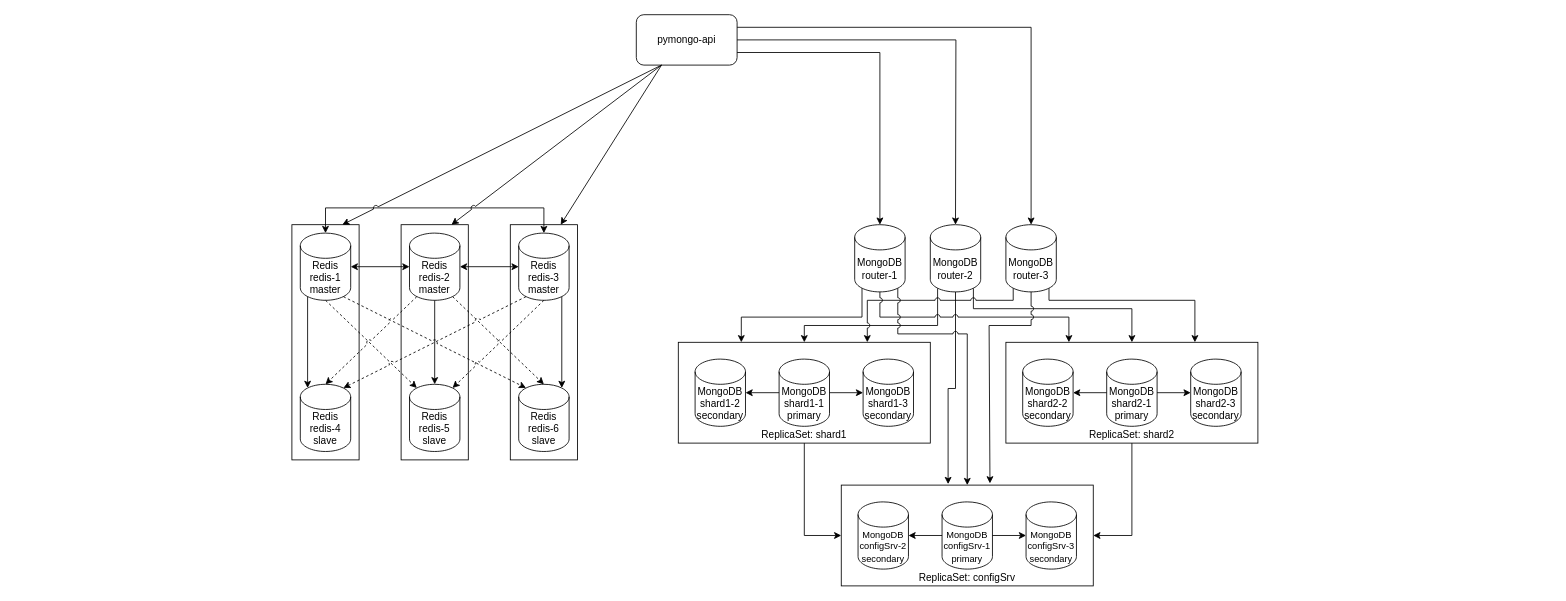
Earlier version of the draw.io diagram diagrams/task1.drawio (Alex009/architecture-sprint-2). Source tidied: cells renumbered, new cells numbered last; positions are measured from the earlier drawing's top-left corner, leaving out a move shared by most shapes. Both pictures are drawn from the tidied source at 84%, with x=0, y=0 at pixel (291, 14).
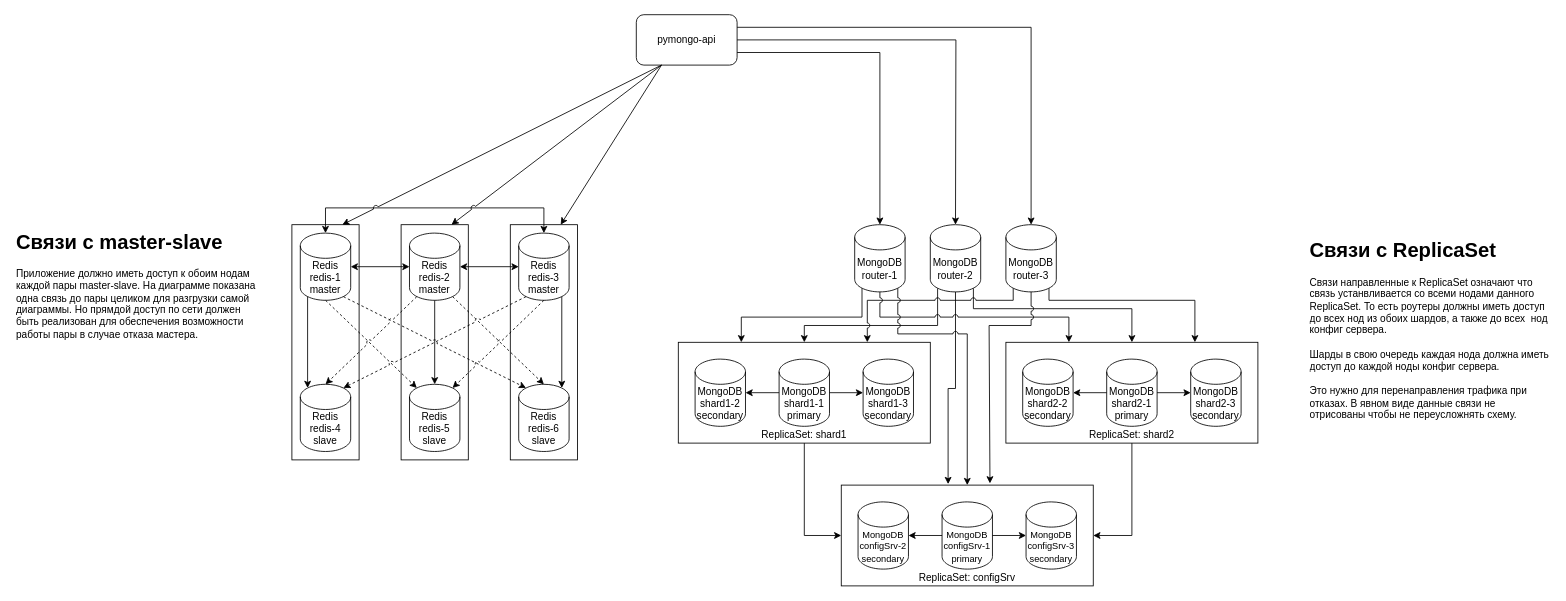
The same page after the edit.

Commit message (it also covers changes not shown here):
notes in diagram

The edit, as a diff of the source:
```diff
@@
+    <mxCell id="68" value="&lt;h1 style=&quot;margin-top: 0px;&quot;&gt;Связи с ReplicaSet&lt;/h1&gt;&lt;p&gt;Связи направленные к ReplicaSet означают что связь устанвливается со всеми нодами данного ReplicaSet. То есть роутеры должны иметь доступ до всех нод из обоих шардов, а также до всех&amp;nbsp; нод конфиг сервера.&lt;br&gt;&lt;br&gt;Шарды в свою очередь каждая нода должна иметь доступ до каждой ноды конфиг сервера.&lt;br&gt;&lt;br&gt;Это нужно для перенаправления трафика при отказах. В явном виде данные связи не отрисованы чтобы не переусложнять схему.&lt;/p&gt;" style="text;html=1;whiteSpace=wrap;overflow=hidden;rounded=0;" parent="1" vertex="1">
+      <mxGeometry x="1210" y="260" width="290" height="260" as="geometry" />
+    </mxCell>
+    <mxCell id="69" value="&lt;h1 style=&quot;margin-top: 0px;&quot;&gt;Связи с master-slave&lt;/h1&gt;&lt;p&gt;Приложение должно иметь доступ к обоим нодам каждой пары master-slave. На диаграмме показана одна связь до пары целиком для разгрузки самой диаграммы. Но прямдой доступ по сети должен быть реализован для обеспечения возможности работы пары в случае отказа мастера.&lt;/p&gt;" style="text;html=1;whiteSpace=wrap;overflow=hidden;rounded=0;" parent="1" vertex="1">
+      <mxGeometry x="-330" y="250" width="290" height="260" as="geometry" />
+    </mxCell>
```
